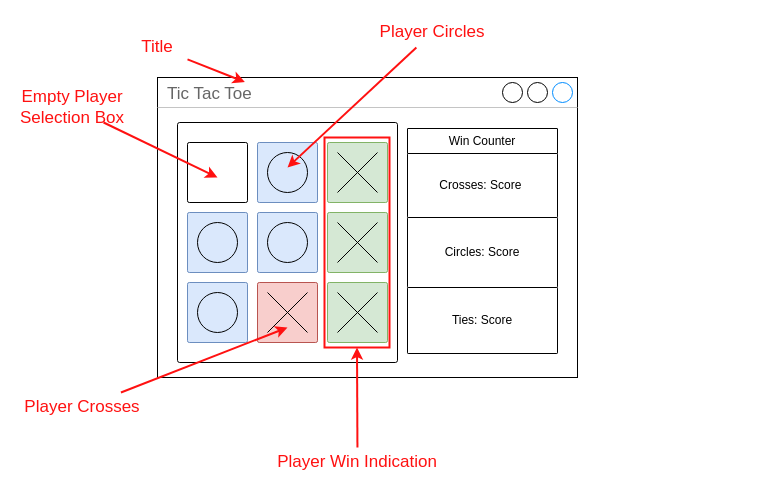
Above: planning/Design_Prototypes_Drawio/Design_Prototype_2.drawio in MichaelHayesMC/Tic-Tac-Toe (draw.io), before the change. Source tidied: cells renumbered, new cells numbered last; positions are measured from the earlier drawing's top-left corner, leaving out a move shared by most shapes. Both pictures are drawn from the tidied source at 100%, with x=0, y=0 at pixel (17, 17).
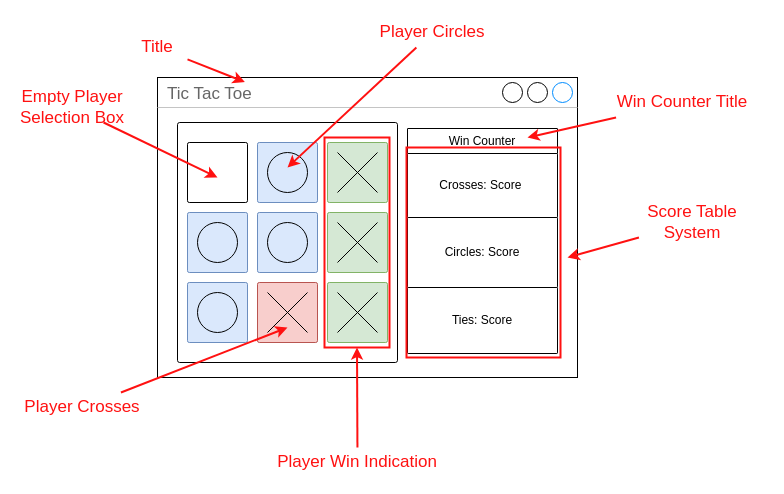
The same diagram, later.

Commit message (it also covers changes not shown here):
Completed Prototype 2 Design

What changed in the source:
```diff
@@
+    <mxCell id="36" value="&lt;font style=&quot;color: rgb(255, 17, 17);&quot;&gt;Win Counter Title&lt;/font&gt;" style="text;html=1;align=center;verticalAlign=middle;whiteSpace=wrap;rounded=0;fontSize=17;fontStyle=0;" parent="1" vertex="1">
+      <mxGeometry x="590" y="70" width="150" height="30" as="geometry" />
+    </mxCell>
+    <mxCell id="37" style="endArrow=classic;html=1;fontColor=#FF1111;fillColor=#f8cecc;strokeColor=#FF1111;strokeWidth=2;" parent="1" edge="1" source="36">
+      <mxGeometry relative="1" as="geometry">
+        <mxPoint x="510" y="120" as="targetPoint" />
+      </mxGeometry>
+    </mxCell>
+    <mxCell id="38" style="rounded=0;whiteSpace=wrap;html=1;fillColor=none;strokeColor=#FF1111;strokeWidth=2;" parent="1" vertex="1">
+      <mxGeometry x="389" y="130" width="154" height="210" as="geometry" />
+    </mxCell>
+    <mxCell id="39" value="&lt;font style=&quot;color: rgb(255, 17, 17);&quot;&gt;Score Table System&lt;/font&gt;" style="text;html=1;align=center;verticalAlign=middle;whiteSpace=wrap;rounded=0;fontSize=17;fontStyle=0;" parent="1" vertex="1">
+      <mxGeometry x="600" y="190" width="150" height="30" as="geometry" />
+    </mxCell>
+    <mxCell id="40" style="endArrow=classic;html=1;fontColor=#FF1111;fillColor=#f8cecc;strokeColor=#FF1111;strokeWidth=2;" parent="1" edge="1" source="39">
+      <mxGeometry relative="1" as="geometry">
+        <mxPoint x="550" y="240" as="targetPoint" />
+      </mxGeometry>
+    </mxCell>
```
